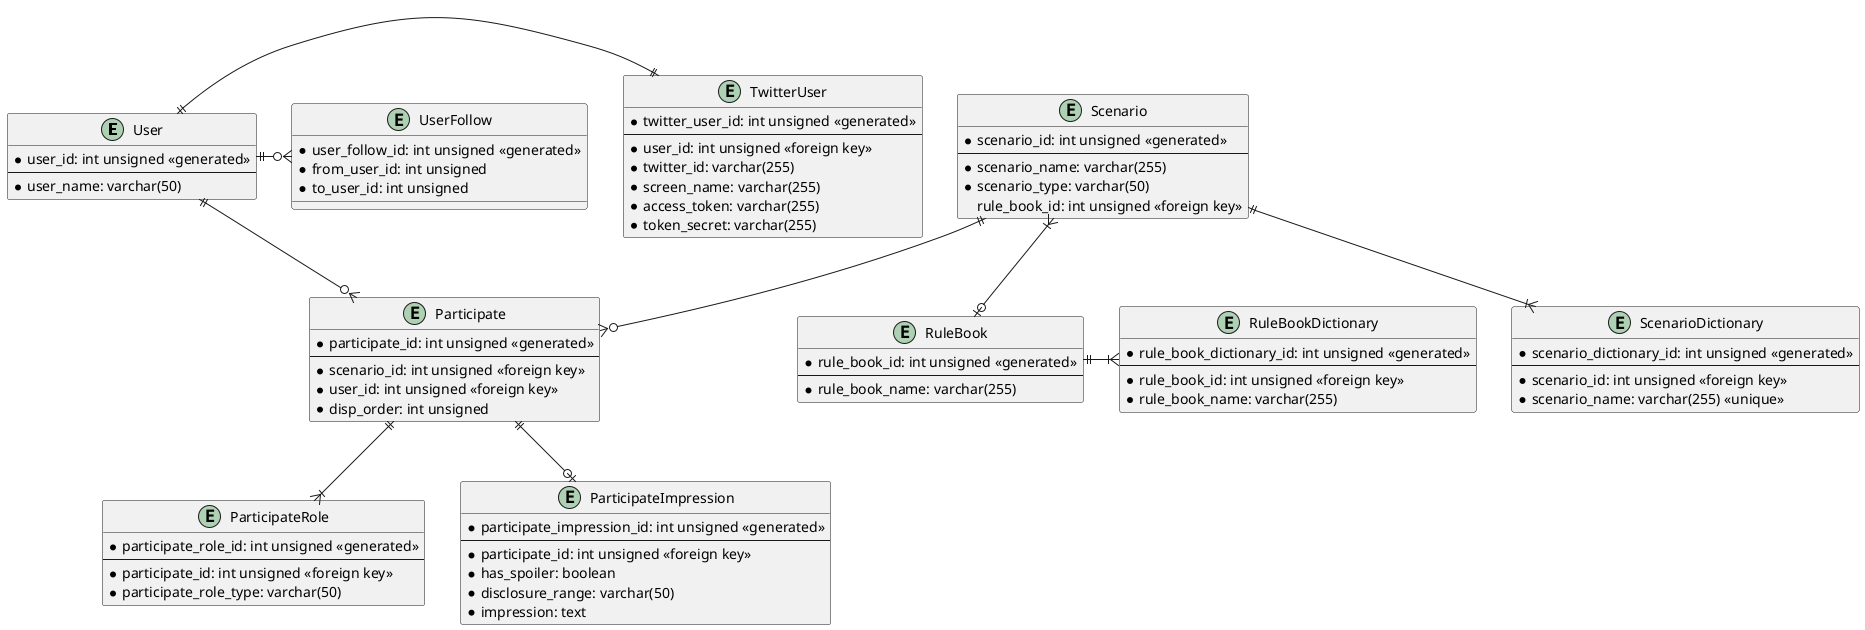
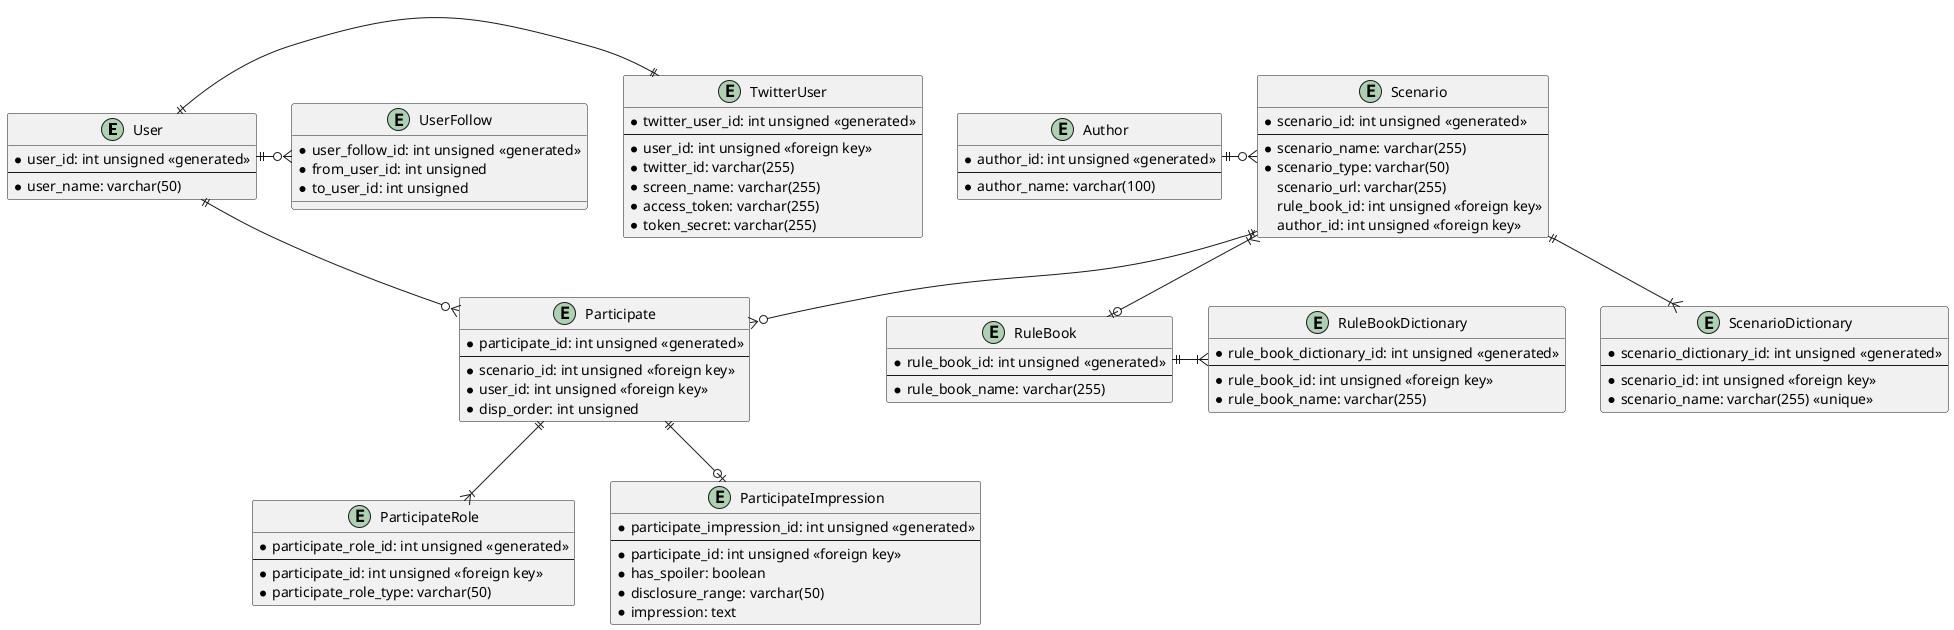
@startuml
'https://plantuml.com/class-diagram

entity User {
    * user_id: int unsigned <<generated>>
    --
    * user_name: varchar(50)
}

entity TwitterUser {
	* twitter_user_id: int unsigned <<generated>>
	--
	* user_id: int unsigned <<foreign key>>
	* twitter_id: varchar(255)
	* screen_name: varchar(255)
	* access_token: varchar(255)
	* token_secret: varchar(255)
}

User ||-|| TwitterUser

entity UserFollow {
    * user_follow_id: int unsigned <<generated>>
    * from_user_id: int unsigned
    * to_user_id: int unsigned
}

User ||-o{ UserFollow

entity RuleBook {
    * rule_book_id: int unsigned <<generated>>
    --
    * rule_book_name: varchar(255)
}

entity RuleBookDictionary {
    * rule_book_dictionary_id: int unsigned <<generated>>
    --
    * rule_book_id: int unsigned <<foreign key>>
    * rule_book_name: varchar(255)
}

RuleBook ||-|{ RuleBookDictionary

+ entity Author {
+ 	* author_id: int unsigned <<generated>>
+ 	--
+ 	* author_name: varchar(100)
+ }
+ 
entity Scenario {
    * scenario_id: int unsigned <<generated>>
    --
    * scenario_name: varchar(255)
    * scenario_type: varchar(50)
+     scenario_url: varchar(255)
    rule_book_id: int unsigned <<foreign key>>
+     author_id: int unsigned <<foreign key>>
}
+ 
+ Author ||-o{ Scenario

entity ScenarioDictionary {
    * scenario_dictionary_id: int unsigned <<generated>>
    --
    * scenario_id: int unsigned <<foreign key>>
    * scenario_name: varchar(255) <<unique>>
}

Scenario ||--|{ ScenarioDictionary
Scenario }|--o| RuleBook

entity Participate {
    * participate_id: int unsigned <<generated>>
    --
    * scenario_id: int unsigned <<foreign key>>
    * user_id: int unsigned <<foreign key>>
    * disp_order: int unsigned
}

User ||--o{ Participate
Scenario ||--o{ Participate

entity ParticipateRole {
    * participate_role_id: int unsigned <<generated>>
    --
    * participate_id: int unsigned <<foreign key>>
    * participate_role_type: varchar(50)
}

Participate ||--|{ ParticipateRole

entity ParticipateImpression {
	* participate_impression_id: int unsigned <<generated>>
	--
	* participate_id: int unsigned <<foreign key>>
	* has_spoiler: boolean
	* disclosure_range: varchar(50)
	* impression: text
}

Participate ||--o| ParticipateImpression
@enduml